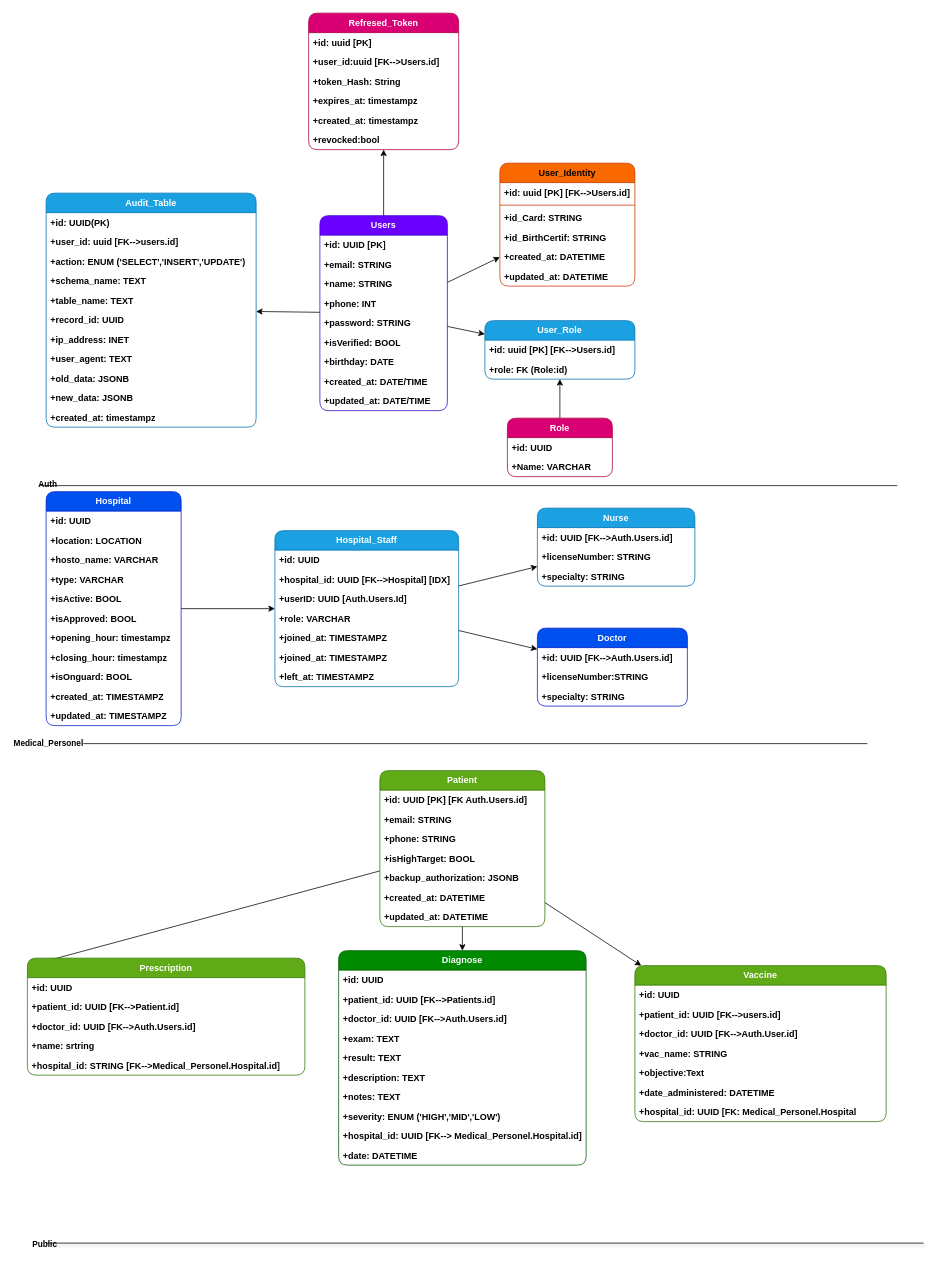
The draw.io diagram page "Database" (1 of 3) of diagrams/diagrams.drawio in juanvictorqwerty/MedicalPortal, before the edit. Source tidied: cells renumbered, new cells numbered last; positions are measured from the earlier drawing's top-left corner, leaving out a move shared by most shapes. Both pictures are drawn from the tidied source at 75%, with x=0, y=0 at pixel (27, 13).
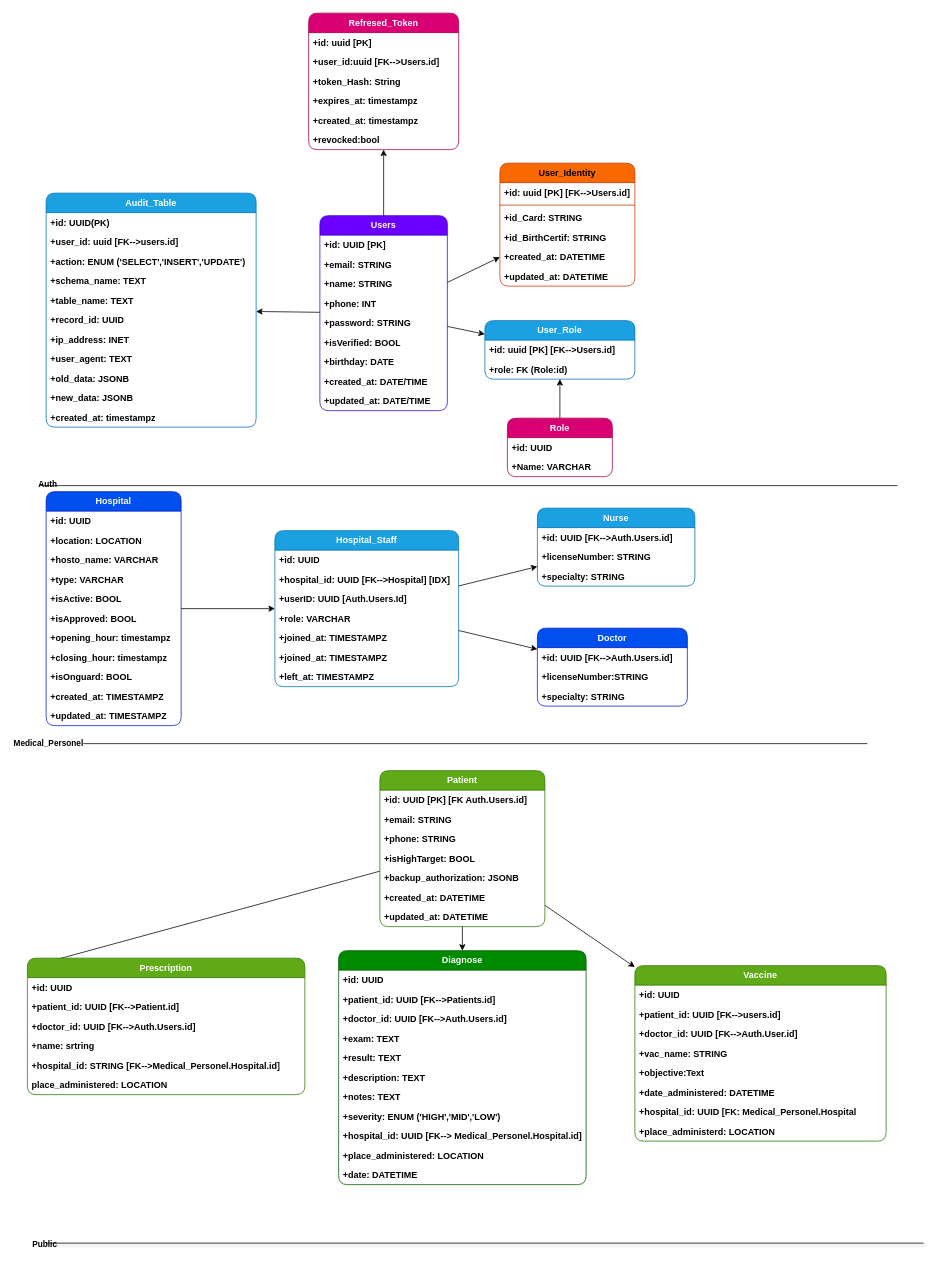
The same page after the edit.

Commit message (it also covers changes not shown here):
feat: update database schema diagrams with location fields and add admin actors to use case diagram

Change to the diagram source:
```diff
@@
     <mxCell id="88" value="Vaccine" style="swimlane;fontStyle=1;horizontal=1;startSize=26;fillColor=#60a917;whiteSpace=wrap;html=1;fontColor=#ffffff;strokeColor=#2D7600;rounded=1;labelBackgroundColor=none;" parent="1" vertex="1">
-      <mxGeometry x="810" y="1270" width="335" height="208" as="geometry" />
+      <mxGeometry x="810" y="1270" width="335" height="234" as="geometry" />
     </mxCell>
@@
+    <mxCell id="122" value="+place_administerd: LOCATION" style="text;strokeColor=none;fillColor=none;align=left;verticalAlign=top;spacingLeft=4;spacingRight=4;overflow=hidden;whiteSpace=wrap;html=1;labelBackgroundColor=none;fontStyle=1;" parent="88" vertex="1">
+      <mxGeometry y="208" width="335" height="26" as="geometry" />
+    </mxCell>
     <mxCell id="96" value="Diagnose" style="swimlane;fontStyle=1;horizontal=1;startSize=26;fillColor=#008a00;whiteSpace=wrap;html=1;fontColor=#ffffff;strokeColor=#005700;rounded=1;labelBackgroundColor=none;" parent="1" vertex="1">
-      <mxGeometry x="415" y="1250" width="330" height="286" as="geometry" />
+      <mxGeometry x="415" y="1250" width="330" height="312" as="geometry" />
     </mxCell>
@@
+    <mxCell id="123" value="+place_administered: LOCATION" style="text;strokeColor=none;fillColor=none;align=left;verticalAlign=top;spacingLeft=4;spacingRight=4;overflow=hidden;whiteSpace=wrap;html=1;labelBackgroundColor=none;fontStyle=1;" parent="96" vertex="1">
+      <mxGeometry y="260" width="330" height="26" as="geometry" />
+    </mxCell>
     <mxCell id="106" value="+date: DATETIME" style="text;strokeColor=none;fillColor=none;align=left;verticalAlign=top;spacingLeft=4;spacingRight=4;overflow=hidden;whiteSpace=wrap;html=1;labelBackgroundColor=none;fontStyle=1;" parent="96" vertex="1">
-      <mxGeometry y="260" width="330" height="26" as="geometry" />
+      <mxGeometry y="286" width="330" height="26" as="geometry" />
     </mxCell>
     <mxCell id="107" value="Prescription" style="swimlane;fontStyle=1;horizontal=1;startSize=26;fillColor=#60a917;whiteSpace=wrap;html=1;strokeColor=#2D7600;fontColor=#ffffff;rounded=1;labelBackgroundColor=none;" parent="1" vertex="1">
-      <mxGeometry y="1260" width="370" height="156" as="geometry" />
+      <mxGeometry y="1260" width="370" height="182" as="geometry" />
     </mxCell>
@@
+    <mxCell id="124" value="+hospital_id: STRING [FK--&amp;gt;Medical_Personel.Hospital.id]" style="text;strokeColor=none;fillColor=none;align=left;verticalAlign=top;spacingLeft=4;spacingRight=4;overflow=hidden;whiteSpace=wrap;html=1;labelBackgroundColor=none;fontStyle=1;" parent="107" vertex="1">
+      <mxGeometry y="130" width="370" height="26" as="geometry" />
+    </mxCell>
-    <mxCell id="112" value="+hospital_id: STRING [FK--&amp;gt;Medical_Personel.Hospital.id]" style="text;strokeColor=none;fillColor=none;align=left;verticalAlign=top;spacingLeft=4;spacingRight=4;overflow=hidden;whiteSpace=wrap;html=1;labelBackgroundColor=none;fontStyle=1;" parent="107" vertex="1">
-      <mxGeometry y="130" width="370" height="26" as="geometry" />
+    <mxCell id="112" value="place_administered: LOCATION" style="text;strokeColor=none;fillColor=none;align=left;verticalAlign=top;spacingLeft=4;spacingRight=4;overflow=hidden;whiteSpace=wrap;html=1;labelBackgroundColor=none;fontStyle=1;" parent="107" vertex="1">
+      <mxGeometry y="156" width="370" height="26" as="geometry" />
     </mxCell>
```
